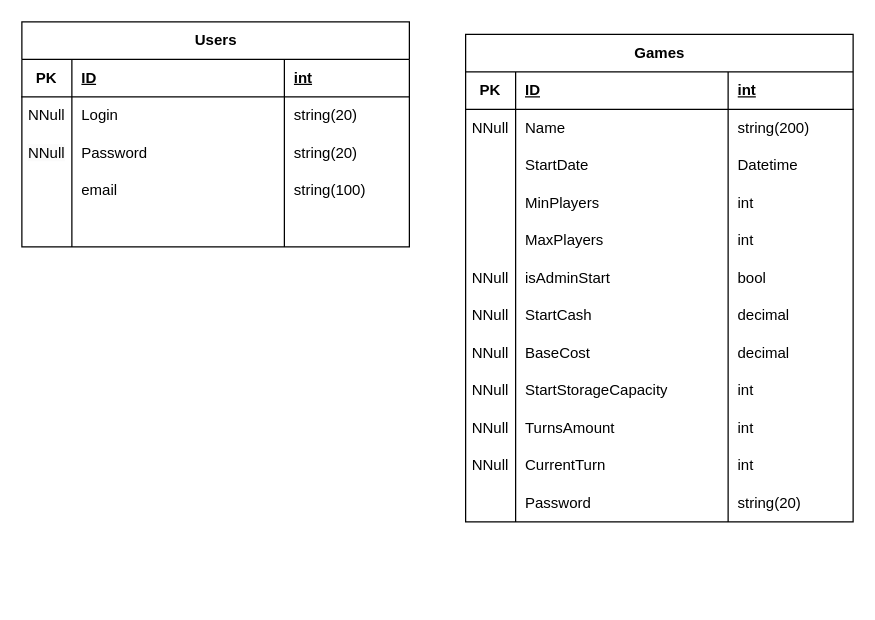
Above: ERDTravellingB.drawio in ligertgit/sdudy (draw.io), before the change. Source tidied: cells renumbered, new cells numbered last; positions are measured from the earlier drawing's top-left corner, leaving out a move shared by most shapes. Both pictures are drawn from the tidied source at 125%, with x=0, y=0 at pixel (21, 21).
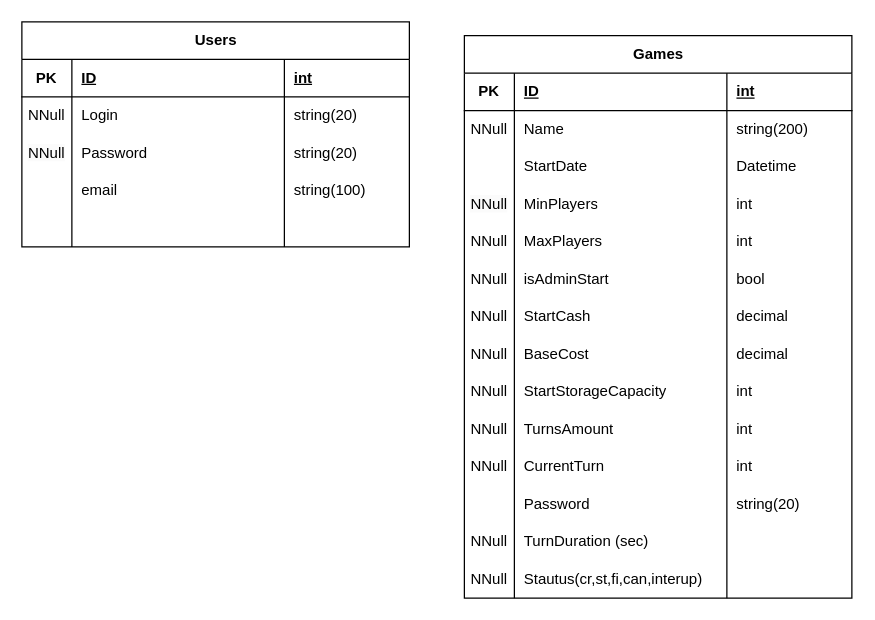
The same page after the edit.

The change refers to these unchanged cells:
```xml
<mxCell id="36" style="shape=tableRow;horizontal=0;startSize=0;swimlaneHead=0;swimlaneBody=0;fillColor=none;top=0;left=0;right=0;bottom=0;" parent="23" vertex="1">
  <mxGeometry y="120" width="310" height="30" as="geometry" />
</mxCell>
<mxCell id="40" style="shape=tableRow;horizontal=0;startSize=0;swimlaneHead=0;swimlaneBody=0;fillColor=none;top=0;left=0;right=0;bottom=0;" parent="23" vertex="1">
  <mxGeometry y="150" width="310" height="30" as="geometry" />
</mxCell>
```

Diff of the diagram source:
```diff
@@
     <mxCell id="23" value="Games" style="shape=table;startSize=30;childLayout=tableLayout;rowLines=0;fontStyle=1;align=center;html=1;" parent="1" vertex="1">
-      <mxGeometry x="355" y="10" width="310" height="390" as="geometry" />
+      <mxGeometry x="354" y="11" width="310" height="450" as="geometry" />
     </mxCell>
@@
-    <mxCell id="37" style="shape=partialRectangle;fillColor=none;top=0;left=0;bottom=0;right=0;overflow=hidden;whiteSpace=wrap;html=1;" parent="36" vertex="1">
+    <mxCell id="37" value="&lt;span style=&quot;color: rgb(0, 0, 0); font-family: Helvetica; font-size: 12px; font-style: normal; font-variant-ligatures: normal; font-variant-caps: normal; font-weight: 400; letter-spacing: normal; orphans: 2; text-align: center; text-indent: 0px; text-transform: none; widows: 2; word-spacing: 0px; -webkit-text-stroke-width: 0px; background-color: rgb(251, 251, 251); text-decoration-thickness: initial; text-decoration-style: initial; text-decoration-color: initial; float: none; display: inline !important;&quot;&gt;NNull&lt;/span&gt;" style="shape=partialRectangle;fillColor=none;top=0;left=0;bottom=0;right=0;overflow=hidden;whiteSpace=wrap;html=1;" parent="36" vertex="1">
       <mxGeometry width="40" height="30" as="geometry" />
     </mxCell>
@@
-    <mxCell id="41" style="shape=partialRectangle;fillColor=none;top=0;left=0;bottom=0;right=0;overflow=hidden;whiteSpace=wrap;html=1;" parent="40" vertex="1">
+    <mxCell id="41" value="NNull" style="shape=partialRectangle;fillColor=none;top=0;left=0;bottom=0;right=0;overflow=hidden;whiteSpace=wrap;html=1;" parent="40" vertex="1">
       <mxGeometry width="40" height="30" as="geometry" />
     </mxCell>
@@
+    <mxCell id="72" style="shape=tableRow;horizontal=0;startSize=0;swimlaneHead=0;swimlaneBody=0;fillColor=none;top=0;left=0;right=0;bottom=0;" parent="23" vertex="1">
+      <mxGeometry y="390" width="310" height="30" as="geometry" />
+    </mxCell>
+    <mxCell id="73" value="NNull" style="shape=partialRectangle;fillColor=none;top=0;left=0;bottom=0;right=0;overflow=hidden;whiteSpace=wrap;html=1;" parent="72" vertex="1">
+      <mxGeometry width="40" height="30" as="geometry" />
+    </mxCell>
+    <mxCell id="74" value="TurnDuration (sec)" style="shape=partialRectangle;fillColor=none;top=0;left=0;bottom=0;right=0;align=left;spacingLeft=6;overflow=hidden;whiteSpace=wrap;html=1;" parent="72" vertex="1">
+      <mxGeometry x="40" width="170" height="30" as="geometry" />
+    </mxCell>
+    <mxCell id="75" style="shape=partialRectangle;fillColor=none;top=0;left=0;bottom=0;right=0;align=left;spacingLeft=6;overflow=hidden;whiteSpace=wrap;html=1;" parent="72" vertex="1">
+      <mxGeometry x="210" width="100" height="30" as="geometry" />
+    </mxCell>
+    <mxCell id="76" style="shape=tableRow;horizontal=0;startSize=0;swimlaneHead=0;swimlaneBody=0;fillColor=none;top=0;left=0;right=0;bottom=0;" parent="23" vertex="1">
+      <mxGeometry y="420" width="310" height="30" as="geometry" />
+    </mxCell>
+    <mxCell id="77" value="NNull" style="shape=partialRectangle;fillColor=none;top=0;left=0;bottom=0;right=0;overflow=hidden;whiteSpace=wrap;html=1;" parent="76" vertex="1">
+      <mxGeometry width="40" height="30" as="geometry" />
+    </mxCell>
+    <mxCell id="78" value="Stautus(cr,st,fi,can,interup)" style="shape=partialRectangle;fillColor=none;top=0;left=0;bottom=0;right=0;align=left;spacingLeft=6;overflow=hidden;whiteSpace=wrap;html=1;" parent="76" vertex="1">
+      <mxGeometry x="40" width="170" height="30" as="geometry" />
+    </mxCell>
+    <mxCell id="79" style="shape=partialRectangle;fillColor=none;top=0;left=0;bottom=0;right=0;align=left;spacingLeft=6;overflow=hidden;whiteSpace=wrap;html=1;" parent="76" vertex="1">
+      <mxGeometry x="210" width="100" height="30" as="geometry" />
+    </mxCell>
```
